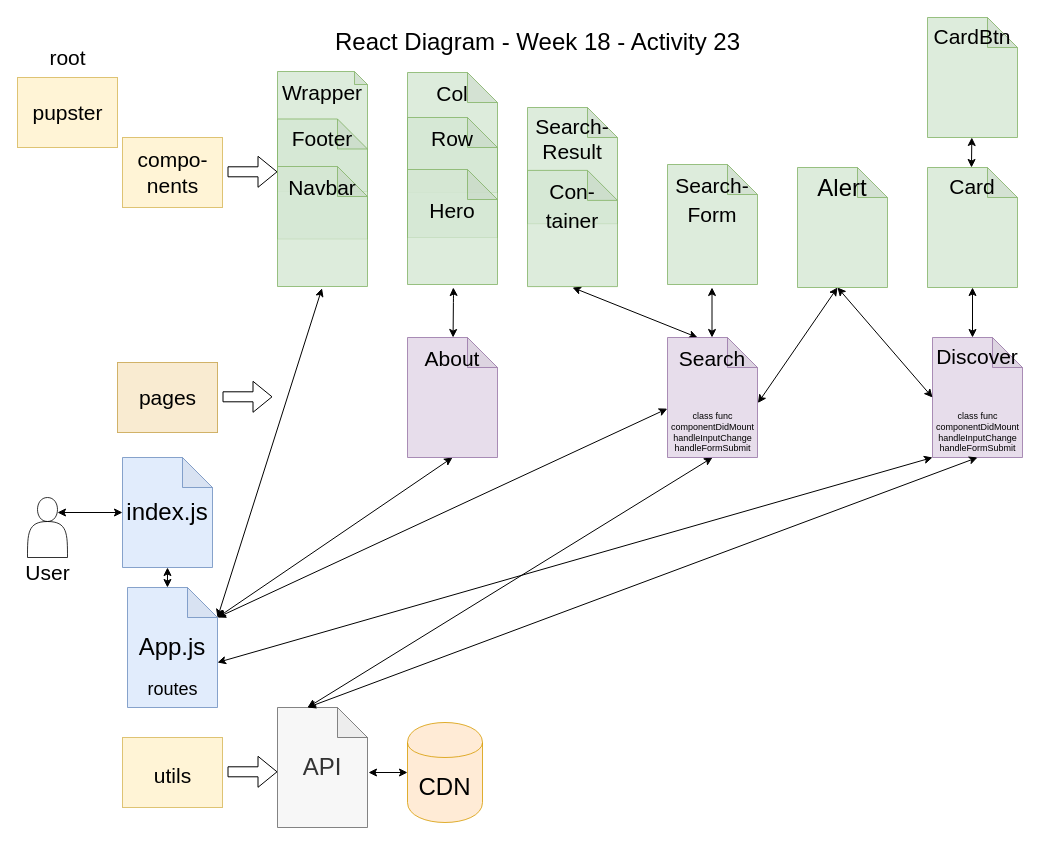
This is Untitled Diagram.drawio from TeresaBruggeman/templates, a draw.io file, before an edit. Source tidied: cells renumbered, new cells numbered last; positions are measured from the earlier drawing's top-left corner, leaving out a move shared by most shapes. Both pictures are drawn from the tidied source at 100%, with x=0, y=0 at pixel (17, 17).
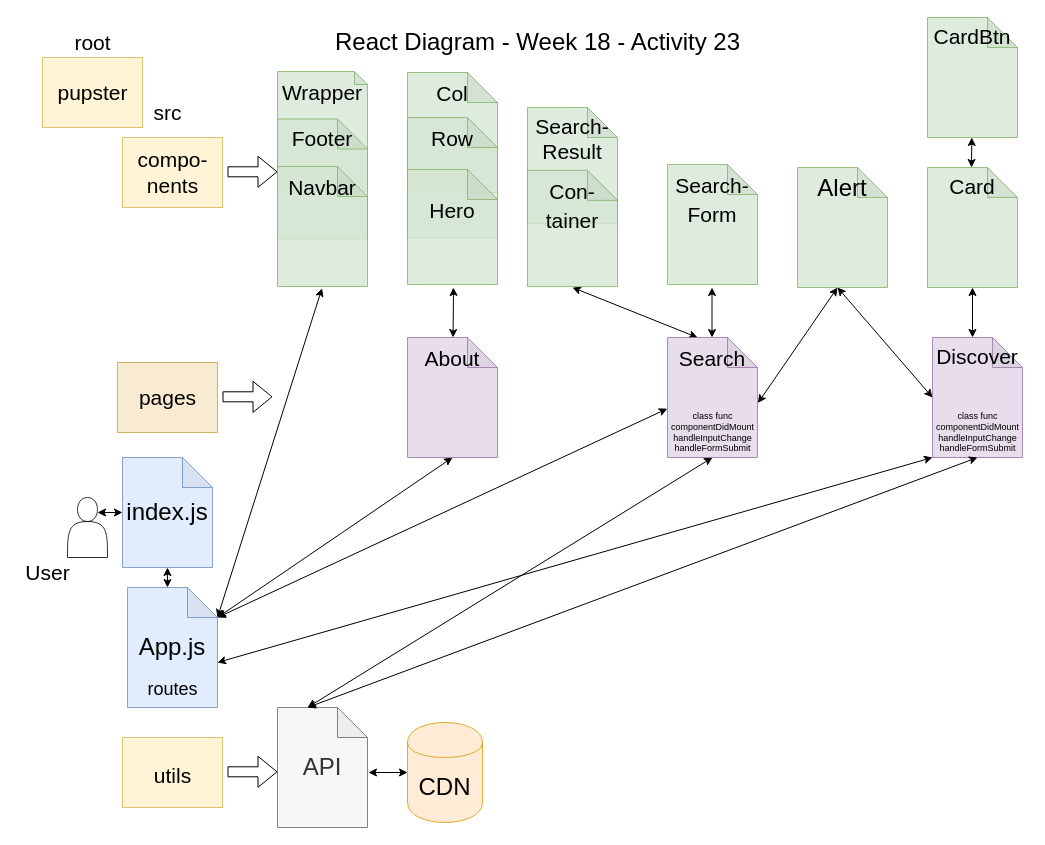
The same page after the edit.

What changed in the source:
```diff
@@
     <mxCell id="2" style="group;" parent="1" vertex="1">
-      <mxGeometry y="60" width="100" height="70" as="geometry" />
+      <mxGeometry x="25" y="40" width="100" height="70" as="geometry" />
     </mxCell>
@@
     <mxCell id="30" style="shape=actor;whiteSpace=wrap;html=1;fontSize=24;opacity=80;" parent="1" vertex="1">
-      <mxGeometry x="10" y="480" width="40" height="60" as="geometry" />
+      <mxGeometry x="50" y="480" width="40" height="60" as="geometry" />
     </mxCell>
@@
     <mxCell id="68" value="root" style="text;html=1;align=center;verticalAlign=middle;fontSize=21;" parent="1" vertex="1">
-      <mxGeometry x="25" y="25" width="50" height="30" as="geometry" />
+      <mxGeometry x="50" y="10" width="50" height="30" as="geometry" />
     </mxCell>
+    <mxCell id="69" value="src" style="text;html=1;align=center;verticalAlign=middle;fontSize=21;" parent="1" vertex="1">
+      <mxGeometry x="130" y="80" width="40" height="30" as="geometry" />
+    </mxCell>
```
